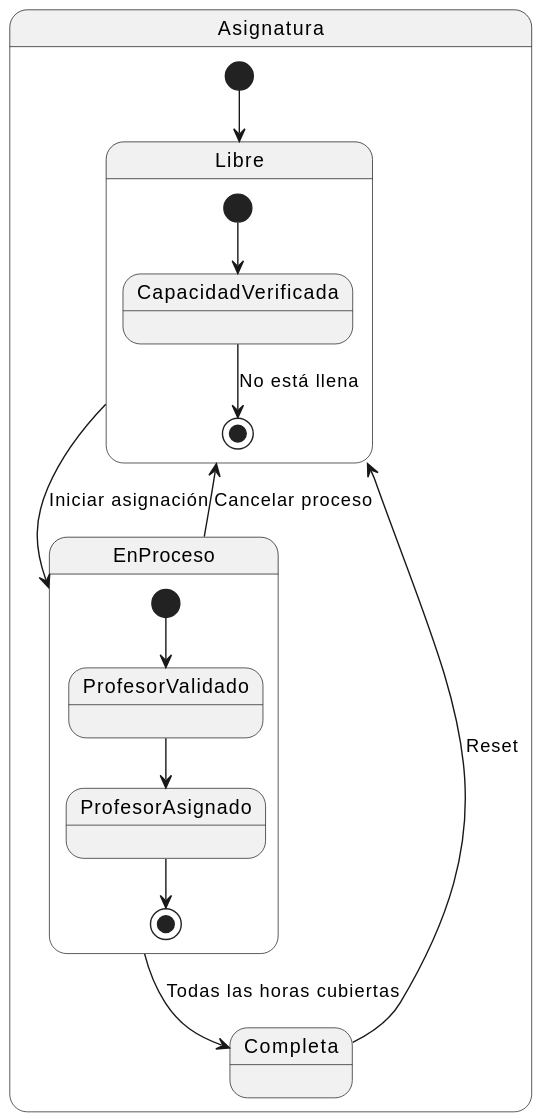
Before: images/modelosUML/MdD/DiagramaEstadosAsignatura.svg, a diagram exported from PlantUML (mmasias/24-25-IdSw1-SDR).
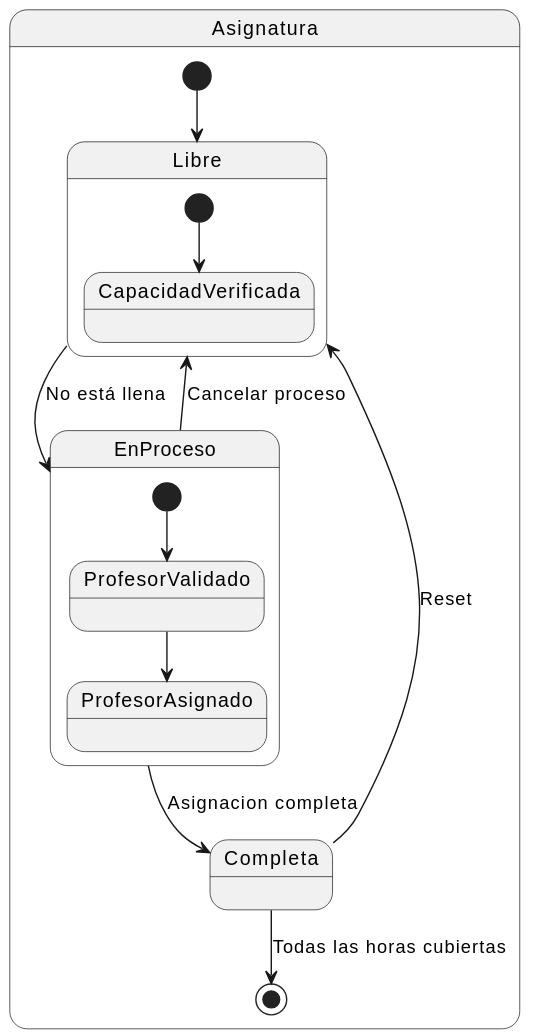
After the change.

Commit message:
Actualizar diagramas de estados de Asignatura y Profesor con nuevas transiciones y descripciones

Diff of the diagram source:
```diff
@@ -4,18 +4,17 @@
 
     state Libre {
         [*] --> CapacidadVerificada
-        CapacidadVerificada --> [*]: No está llena
     }
 
     state EnProceso {
         [*] --> ProfesorValidado
         ProfesorValidado --> ProfesorAsignado
-        ProfesorAsignado --> [*]
     }
 
-    Libre --> EnProceso: Iniciar asignación
-    EnProceso --> Completa: Todas las horas cubiertas
+    Libre --> EnProceso: No está llena
+    EnProceso --> Completa: Asignacion completa
     Completa --> Libre: Reset
+    Completa --> [*]: Todas las horas cubiertas
     EnProceso --> Libre: Cancelar proceso
 }
 @enduml
```
